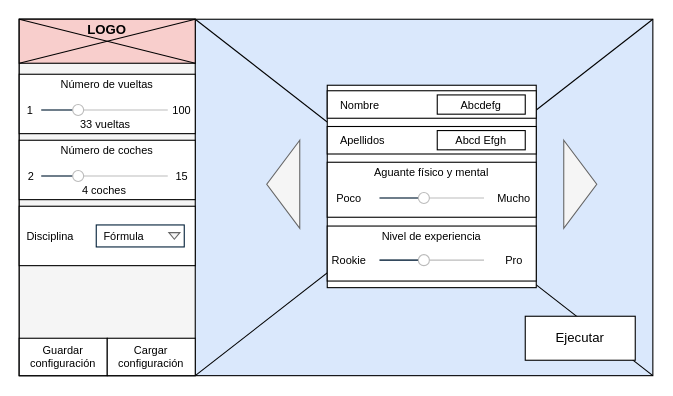
Earlier version of the draw.io diagram page "UI-Before-Race" (4 of 9) of diagramas/grafo-sistema.drawio (amt911/TFG-Documento). Source tidied: cells renumbered, new cells numbered last; positions are measured from the earlier drawing's top-left corner, leaving out a move shared by most shapes. Both pictures are drawn from the tidied source at 110%, with x=0, y=0 at pixel (19, 19).
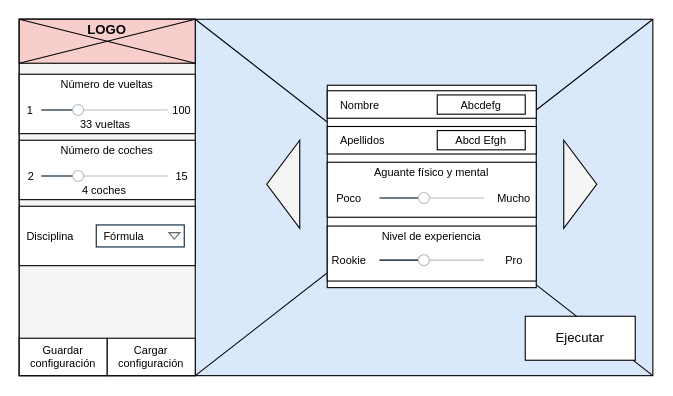
The same diagram, later.

The edit, as a diff of the source:
```diff
@@
-    <mxCell id="14" style="triangle;whiteSpace=wrap;html=1;strokeColor=#666666;fillColor=#f5f5f5;fontColor=#333333;" parent="1" vertex="1">
+    <mxCell id="14" style="triangle;whiteSpace=wrap;html=1;strokeColor=default;fillColor=#f5f5f5;fontColor=#333333;" parent="1" vertex="1">
       <mxGeometry x="495" y="110" width="30" height="80" as="geometry" />
     </mxCell>
-    <mxCell id="15" style="triangle;whiteSpace=wrap;html=1;strokeColor=#666666;fillColor=#f5f5f5;flipH=1;fontColor=#333333;" parent="1" vertex="1">
+    <mxCell id="15" style="triangle;whiteSpace=wrap;html=1;strokeColor=default;fillColor=#f5f5f5;flipH=1;fontColor=#333333;" parent="1" vertex="1">
       <mxGeometry x="225" y="110" width="30" height="80" as="geometry" />
     </mxCell>
```
